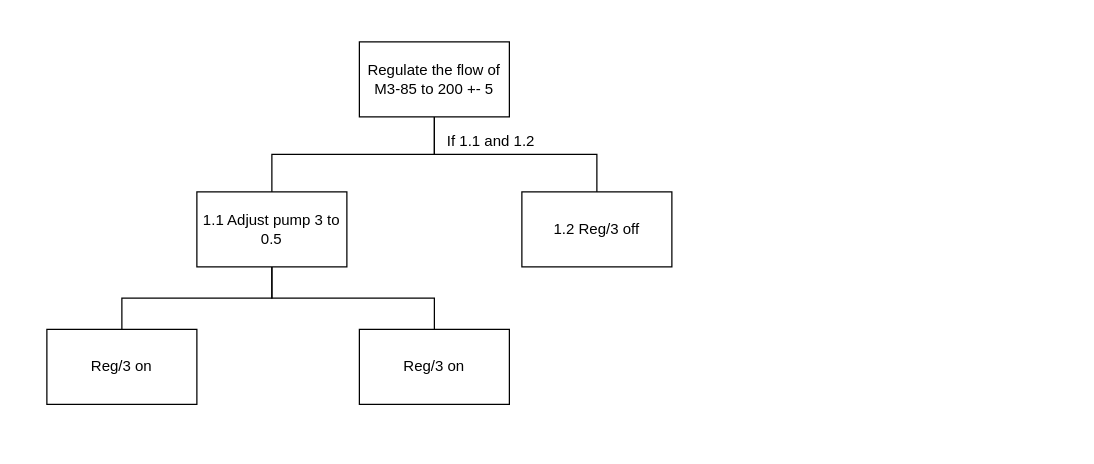
This is P3/firstEx.drawio from josura/HCI, a draw.io file, before an edit. Source tidied: cells renumbered, new cells numbered last; positions are measured from the earlier drawing's top-left corner, leaving out a move shared by most shapes. Both pictures are drawn from the tidied source at 125%, with x=0, y=0 at pixel (46, 41).
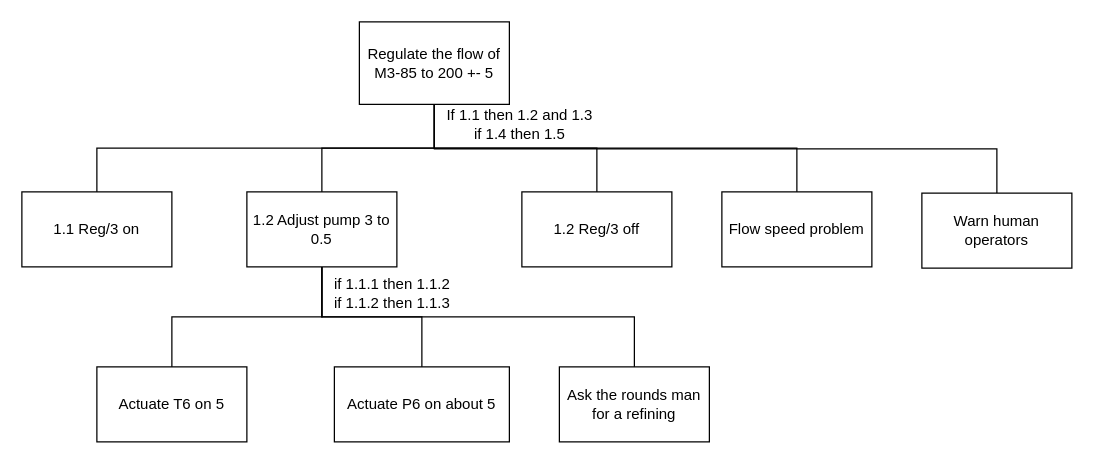
Above is the later version.

Diff of the diagram source:
```diff
@@
+    <mxCell id="12" style="edgeStyle=orthogonalEdgeStyle;rounded=0;jettySize=auto;html=1;exitX=0.5;exitY=1;exitDx=0;exitDy=0;endArrow=none;endFill=0;" parent="1" edge="1" source="4" target="6">
+      <mxGeometry relative="1" as="geometry" />
+    </mxCell>
+    <mxCell id="13" style="edgeStyle=orthogonalEdgeStyle;rounded=0;jettySize=auto;html=1;exitX=0.5;exitY=1;exitDx=0;exitDy=0;entryX=0.5;entryY=0;entryDx=0;entryDy=0;endArrow=none;endFill=0;" parent="1" edge="1" source="4" target="20">
+      <mxGeometry relative="1" as="geometry" />
+    </mxCell>
+    <mxCell id="14" style="edgeStyle=orthogonalEdgeStyle;rounded=0;jettySize=auto;html=1;exitX=0.5;exitY=1;exitDx=0;exitDy=0;entryX=0.5;entryY=0;entryDx=0;entryDy=0;endArrow=none;endFill=0;" parent="1" edge="1" source="4" target="21">
+      <mxGeometry relative="1" as="geometry" />
+    </mxCell>
     <mxCell id="4" value="Regulate the flow of M3-85 to 200 +- 5" style="rounded=0;whiteSpace=wrap;html=1;" parent="1" vertex="1">
-      <mxGeometry x="250" width="120" height="60" as="geometry" />
+      <mxGeometry x="250" y="-16" width="120" height="66" as="geometry" />
     </mxCell>
@@
-    <mxCell id="6" value="Reg/3 on" style="rounded=0;whiteSpace=wrap;html=1;" parent="1" vertex="1">
-      <mxGeometry y="230" width="120" height="60" as="geometry" />
+    <mxCell id="6" value="1.1 Reg/3 on" style="rounded=0;whiteSpace=wrap;html=1;" parent="1" vertex="1">
+      <mxGeometry x="-20" y="120" width="120" height="60" as="geometry" />
     </mxCell>
-    <mxCell id="7" style="edgeStyle=orthogonalEdgeStyle;rounded=0;jettySize=auto;html=1;exitX=0.5;exitY=1;exitDx=0;exitDy=0;entryX=0.5;entryY=0;entryDx=0;entryDy=0;endArrow=none;endFill=0;" parent="1" edge="1" source="9" target="6">
-      <mxGeometry relative="1" as="geometry" />
-    </mxCell>
@@
+    <mxCell id="15" style="edgeStyle=orthogonalEdgeStyle;rounded=0;jettySize=auto;html=1;exitX=0.5;exitY=1;exitDx=0;exitDy=0;entryX=0.5;entryY=0;entryDx=0;entryDy=0;endArrow=none;endFill=0;" parent="1" edge="1" source="9" target="17">
+      <mxGeometry relative="1" as="geometry" />
+    </mxCell>
+    <mxCell id="16" style="edgeStyle=orthogonalEdgeStyle;rounded=0;jettySize=auto;html=1;exitX=0.5;exitY=1;exitDx=0;exitDy=0;endArrow=none;endFill=0;" parent="1" edge="1" source="9" target="18">
+      <mxGeometry relative="1" as="geometry" />
+    </mxCell>
-    <mxCell id="9" value="1.1 Adjust pump 3 to 0.5" style="rounded=0;whiteSpace=wrap;html=1;" parent="1" vertex="1">
-      <mxGeometry x="120" y="120" width="120" height="60" as="geometry" />
+    <mxCell id="9" value="1.2 Adjust pump 3 to 0.5" style="rounded=0;whiteSpace=wrap;html=1;" parent="1" vertex="1">
+      <mxGeometry x="160" y="120" width="120" height="60" as="geometry" />
     </mxCell>
-    <mxCell id="10" value="Reg/3 on" style="rounded=0;whiteSpace=wrap;html=1;" parent="1" vertex="1">
-      <mxGeometry x="250" y="230" width="120" height="60" as="geometry" />
+    <mxCell id="10" value="Actuate T6 on 5" style="rounded=0;whiteSpace=wrap;html=1;" parent="1" vertex="1">
+      <mxGeometry x="40" y="260" width="120" height="60" as="geometry" />
     </mxCell>
-    <mxCell id="11" value="If 1.1 and 1.2" style="text;html=1;align=center;verticalAlign=middle;strokeColor=none;fillColor=none;" parent="1" vertex="1">
-      <mxGeometry x="310" y="65" width="90" height="30" as="geometry" />
+    <mxCell id="11" value="If 1.1 then 1.2 and 1.3&lt;br&gt;if 1.4 then 1.5" style="text;html=1;align=center;verticalAlign=middle;strokeColor=none;fillColor=none;" parent="1" vertex="1">
+      <mxGeometry x="308" y="46" width="140" height="40" as="geometry" />
     </mxCell>
+    <mxCell id="17" value="Actuate P6 on about 5" style="rounded=0;whiteSpace=wrap;html=1;" parent="1" vertex="1">
+      <mxGeometry x="230" y="260" width="140" height="60" as="geometry" />
+    </mxCell>
+    <mxCell id="18" value="Ask the rounds man for a refining" style="rounded=0;whiteSpace=wrap;html=1;" parent="1" vertex="1">
+      <mxGeometry x="410" y="260" width="120" height="60" as="geometry" />
+    </mxCell>
+    <mxCell id="19" value="if 1.1.1 then 1.1.2&lt;br&gt;if 1.1.2 then 1.1.3" style="text;html=1;align=center;verticalAlign=middle;strokeColor=none;fillColor=none;" parent="1" vertex="1">
+      <mxGeometry x="216" y="181" width="120" height="40" as="geometry" />
+    </mxCell>
+    <mxCell id="20" value="Flow speed problem" style="rounded=0;whiteSpace=wrap;html=1;" parent="1" vertex="1">
+      <mxGeometry x="540" y="120" width="120" height="60" as="geometry" />
+    </mxCell>
+    <mxCell id="21" value="Warn human operators" style="rounded=0;whiteSpace=wrap;html=1;" parent="1" vertex="1">
+      <mxGeometry x="700" y="121" width="120" height="60" as="geometry" />
+    </mxCell>
```
